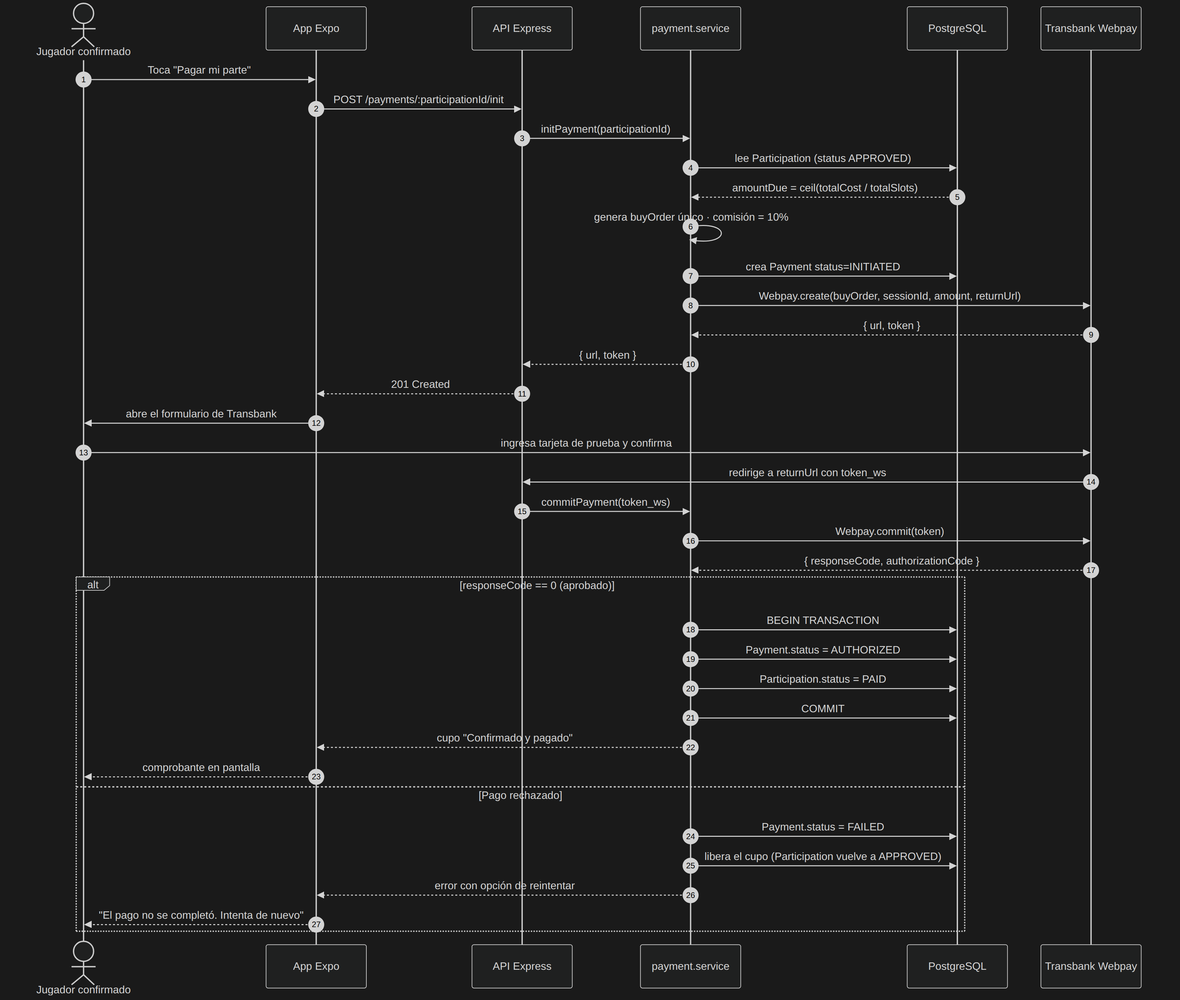
The Mermaid diagram fase-2-desarrollo/docs/diagramas/secuencia-pago-fraccionado.png in avenaaaa/KANCHA, before a commit. Its source is kept beside it as fase-2-desarrollo/docs/diagramas/secuencia-pago-fraccionado.mmd. Its diagram source:
```mermaid
sequenceDiagram
    autonumber
    actor J as Jugador confirmado
    participant APP as App Expo
    participant API as API Express
    participant PAY as payment.service
    participant DB as PostgreSQL
    participant TBK as Transbank Webpay

    J->>APP: Toca "Pagar mi parte"
    APP->>API: POST /payments/:participationId/init
    API->>PAY: initPayment(participationId)
    PAY->>DB: lee Participation (status APPROVED)
    DB-->>PAY: amountDue = ceil(totalCost / totalSlots)
    PAY->>PAY: genera buyOrder único · comisión = 10%
    PAY->>DB: crea Payment status=INITIATED
    PAY->>TBK: Webpay.create(buyOrder, sessionId, amount, returnUrl)
    TBK-->>PAY: { url, token }
    PAY-->>API: { url, token }
    API-->>APP: 201 Created
    APP->>J: abre el formulario de Transbank

    J->>TBK: ingresa tarjeta de prueba y confirma
    TBK->>API: redirige a returnUrl con token_ws
    API->>PAY: commitPayment(token_ws)
    PAY->>TBK: Webpay.commit(token)
    TBK-->>PAY: { responseCode, authorizationCode }

    alt responseCode == 0 (aprobado)
        PAY->>DB: BEGIN TRANSACTION
        PAY->>DB: Payment.status = AUTHORIZED
        PAY->>DB: Participation.status = PAID
        PAY->>DB: COMMIT
        PAY-->>APP: cupo "Confirmado y pagado"
        APP-->>J: comprobante en pantalla
    else Pago rechazado
        PAY->>DB: Payment.status = FAILED
        PAY->>DB: libera el cupo (Participation vuelve a APPROVED)
        PAY-->>APP: error con opción de reintentar
        APP-->>J: "El pago no se completó. Intenta de nuevo"
    end
```
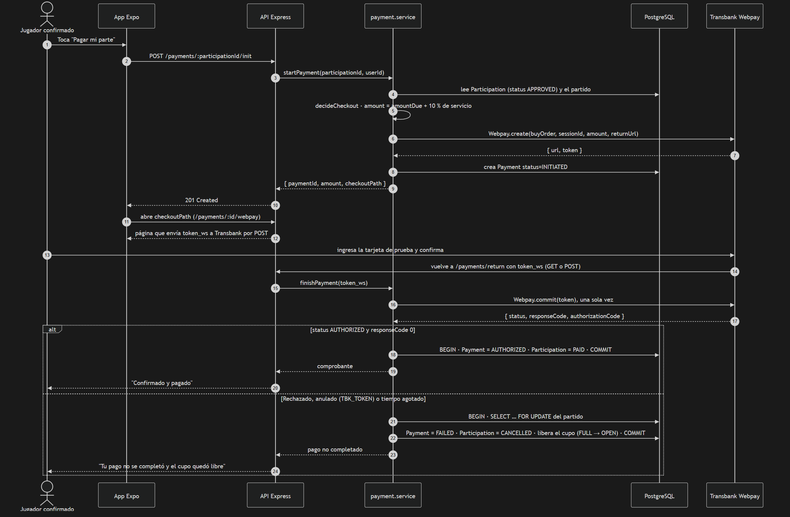
The same diagram one commit later.

Change to the diagram source:
```diff
@@ -9,33 +9,30 @@
 
     J->>APP: Toca "Pagar mi parte"
     APP->>API: POST /payments/:participationId/init
-    API->>PAY: initPayment(participationId)
-    PAY->>DB: lee Participation (status APPROVED)
-    DB-->>PAY: amountDue = ceil(totalCost / totalSlots)
-    PAY->>PAY: genera buyOrder único · comisión = 10%
-    PAY->>DB: crea Payment status=INITIATED
+    API->>PAY: startPayment(participationId, userId)
+    PAY->>DB: lee Participation (status APPROVED) y el partido
+    PAY->>PAY: decideCheckout · amount = amountDue + 10 % de servicio
     PAY->>TBK: Webpay.create(buyOrder, sessionId, amount, returnUrl)
     TBK-->>PAY: { url, token }
-    PAY-->>API: { url, token }
+    PAY->>DB: crea Payment status=INITIATED
+    PAY-->>API: { paymentId, amount, checkoutPath }
     API-->>APP: 201 Created
-    APP->>J: abre el formulario de Transbank
+    APP->>API: abre checkoutPath (/payments/:id/webpay)
+    API-->>APP: página que envía token_ws a Transbank por POST
 
-    J->>TBK: ingresa tarjeta de prueba y confirma
-    TBK->>API: redirige a returnUrl con token_ws
-    API->>PAY: commitPayment(token_ws)
-    PAY->>TBK: Webpay.commit(token)
-    TBK-->>PAY: { responseCode, authorizationCode }
+    J->>TBK: ingresa la tarjeta de prueba y confirma
+    TBK->>API: vuelve a /payments/return con token_ws (GET o POST)
+    API->>PAY: finishPayment(token_ws)
+    PAY->>TBK: Webpay.commit(token), una sola vez
+    TBK-->>PAY: { status, responseCode, authorizationCode }
 
-    alt responseCode == 0 (aprobado)
-        PAY->>DB: BEGIN TRANSACTION
-        PAY->>DB: Payment.status = AUTHORIZED
-        PAY->>DB: Participation.status = PAID
-        PAY->>DB: COMMIT
-        PAY-->>APP: cupo "Confirmado y pagado"
-        APP-->>J: comprobante en pantalla
-    else Pago rechazado
-        PAY->>DB: Payment.status = FAILED
-        PAY->>DB: libera el cupo (Participation vuelve a APPROVED)
-        PAY-->>APP: error con opción de reintentar
-        APP-->>J: "El pago no se completó. Intenta de nuevo"
+    alt status AUTHORIZED y responseCode 0
+        PAY->>DB: BEGIN · Payment = AUTHORIZED · Participation = PAID · COMMIT
+        PAY-->>API: comprobante
+        API-->>J: "Confirmado y pagado"
+    else Rechazado, anulado (TBK_TOKEN) o tiempo agotado
+        PAY->>DB: BEGIN · SELECT … FOR UPDATE del partido
+        PAY->>DB: Payment = FAILED · Participation = CANCELLED · libera el cupo (FULL → OPEN) · COMMIT
+        PAY-->>API: pago no completado
+        API-->>J: "Tu pago no se completó y el cupo quedó libre"
     end
```
